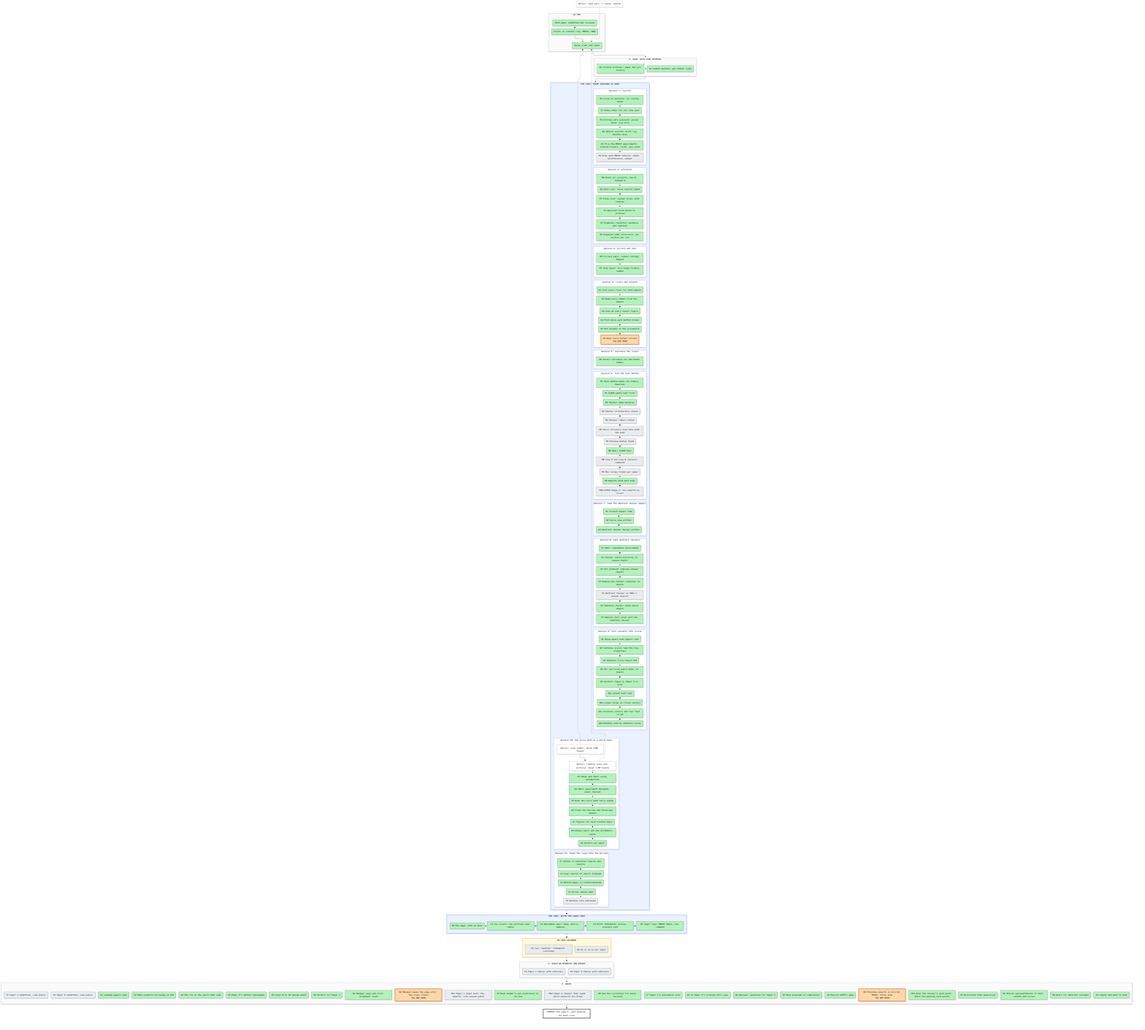
Before: artifacts/notes/progress/map.png, a diagram exported from Mermaid (mo-rsa24/concept-composition). Its source is kept beside it as artifacts/notes/progress/map.mmd.
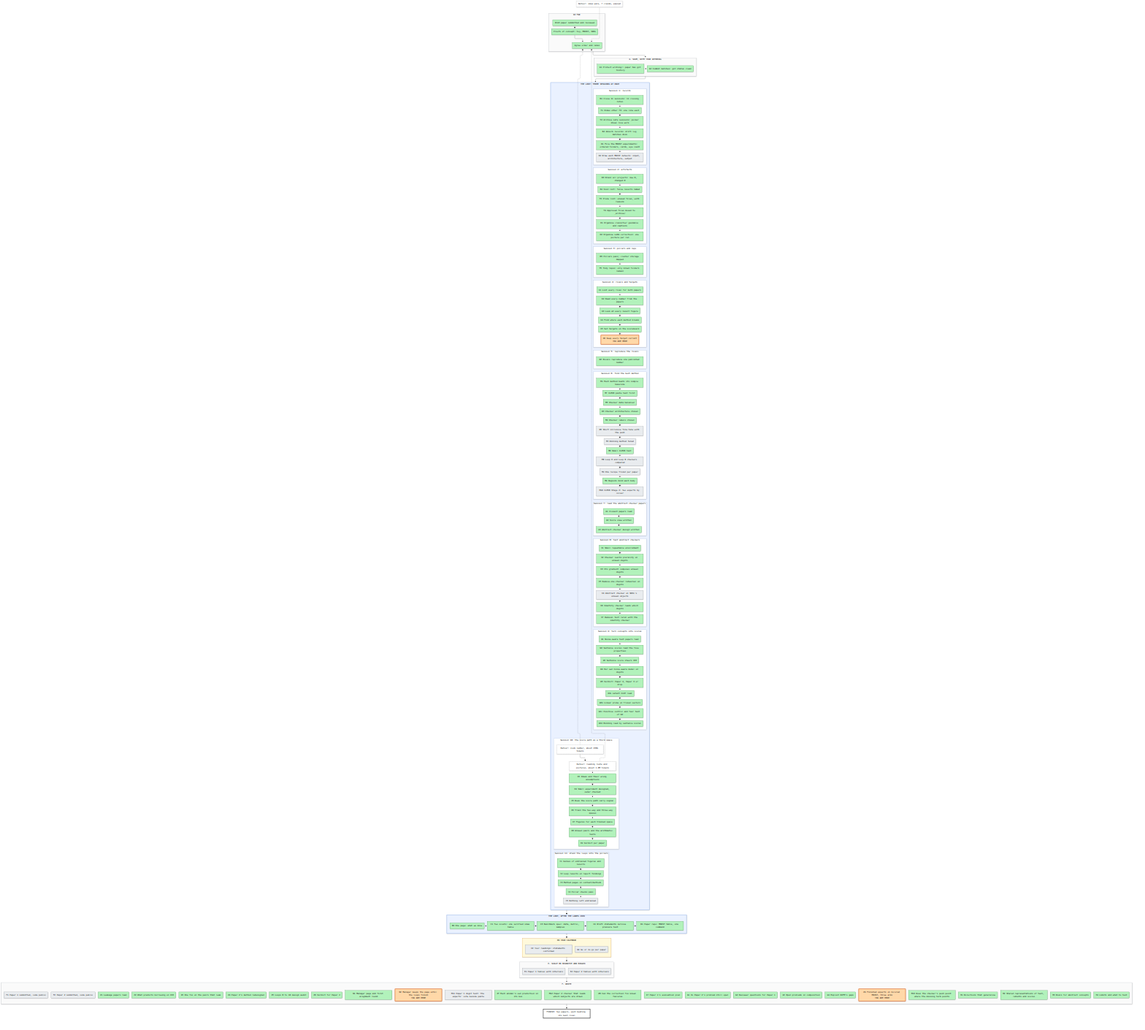
After the commit.

Commit message:
Question 111 A: the checker route for Paper 2 closes; M12, D3 and M2 closed as not run with the findings recorded

What changed in the source:
```diff
@@ -37,7 +37,7 @@
     end
     subgraph L6["Session 6: find the best method"]
       direction TB
-      M1["M1 Each method beats its simple baseline"]:::done --> M7["M7 CLEVR paste test first"]:::done --> M5["M5 Checker data balanced"]:::done --> D3["D3 Checker architecture chosen"]:::todo --> M2["M2 Checker labels chosen"]:::todo --> D5["D5 Short inclusive fine-tune with the push"]:::todo --> M3["M3 Winning method tuned"]:::todo --> M6["M6 Small CLEVR test"]:::done --> M8["M8 Loop 6 and Loop 8 checkers compared"]:::todo --> M4["M4 One recipe frozen per paper"]:::todo --> M9["M9 Regions bind each body"]:::done --> M10["M10 CLEVR Stage 2: two experts by colour"]:::todo
+      M1["M1 Each method beats its simple baseline"]:::done --> M7["M7 CLEVR paste test first"]:::done --> M5["M5 Checker data balanced"]:::done --> D3["D3 Checker architecture chosen"]:::done --> M2["M2 Checker labels chosen"]:::done --> D5["D5 Short inclusive fine-tune with the push"]:::todo --> M3["M3 Winning method tuned"]:::todo --> M6["M6 Small CLEVR test"]:::done --> M8["M8 Loop 6 and Loop 8 checkers compared"]:::todo --> M4["M4 One recipe frozen per paper"]:::todo --> M9["M9 Regions bind each body"]:::done --> M10["M10 CLEVR Stage 2: two experts by colour"]:::todo
     end
     subgraph L7["Session 7: read the abstract-checker papers"]
       direction TB
@@ -74,7 +74,7 @@
   end
   subgraph SF["F. WRITE"]
     direction LR
-    F1["F1 Paper 1 submitted, code public"]:::todo ~~~ F2["F2 Paper 2 submitted, code public"]:::todo ~~~ Z1["Z1 Leakage papers read"]:::done ~~~ Z2["Z2 What predicts borrowing on CO3"]:::done ~~~ Z3["Z3 One fix on the pairs that leak"]:::done ~~~ Z4["Z4 Paper 2's method redesigned"]:::done ~~~ Z5["Z5 Loops 8 to 10 design audit"]:::done ~~~ Z6["Z6 Verdict for Paper 2"]:::done ~~~ N1["N1 Manager page and first alignment round"]:::done ~~~ N2["N2 Manager keeps the page until the loops finish<br/>YOU ARE HERE"]:::doing ~~~ M11["M11 Paper 1 digit test: the experts' vote beside paste"]:::todo ~~~ Z7["Z7 Each animal's own prediction in its box"]:::done ~~~ M12["M12 Paper 2 checker that reads which subjects are drawn"]:::todo ~~~ Z8["Z8 Can the correction fix known failures"]:::done ~~~ K7["K7 Paper 1's evaluation plan"]:::done ~~~ G1["G1 Is Paper 2's problem still open"]:::done ~~~ G2["G2 Reviewer questions for Paper 1"]:::done ~~~ G3["G3 Open problems in composition"]:::done ~~~ G4["G4 Exploit DCFM's gaps"]:::done ~~~ Z9["Z9 Finished experts on Colored MNIST, three arms<br/>YOU ARE HERE"]:::doing ~~~ M13["M13 Does the checker's push point where the missing term points"]:::done ~~~ H1["H1 Directions that generalise"]:::done ~~~ H2["H2 Shared representations of text, latents and scores"]:::done ~~~ H3["H3 Dials for abstract concepts"]:::done ~~~ H4["H4 Limits and what to test"]:::done
+    F1["F1 Paper 1 submitted, code public"]:::todo ~~~ F2["F2 Paper 2 submitted, code public"]:::todo ~~~ Z1["Z1 Leakage papers read"]:::done ~~~ Z2["Z2 What predicts borrowing on CO3"]:::done ~~~ Z3["Z3 One fix on the pairs that leak"]:::done ~~~ Z4["Z4 Paper 2's method redesigned"]:::done ~~~ Z5["Z5 Loops 8 to 10 design audit"]:::done ~~~ Z6["Z6 Verdict for Paper 2"]:::done ~~~ N1["N1 Manager page and first alignment round"]:::done ~~~ N2["N2 Manager keeps the page until the loops finish<br/>YOU ARE HERE"]:::doing ~~~ M11["M11 Paper 1 digit test: the experts' vote beside paste"]:::todo ~~~ Z7["Z7 Each animal's own prediction in its box"]:::done ~~~ M12["M12 Paper 2 checker that reads which subjects are drawn"]:::done ~~~ Z8["Z8 Can the correction fix known failures"]:::done ~~~ K7["K7 Paper 1's evaluation plan"]:::done ~~~ G1["G1 Is Paper 2's problem still open"]:::done ~~~ G2["G2 Reviewer questions for Paper 1"]:::done ~~~ G3["G3 Open problems in composition"]:::done ~~~ G4["G4 Exploit DCFM's gaps"]:::done ~~~ Z9["Z9 Finished experts on Colored MNIST, three arms<br/>YOU ARE HERE"]:::doing ~~~ M13["M13 Does the checker's push point where the missing term points"]:::done ~~~ H1["H1 Directions that generalise"]:::done ~~~ H2["H2 Shared representations of text, latents and scores"]:::done ~~~ H3["H3 Dials for abstract concepts"]:::done ~~~ H4["H4 Limits and what to test"]:::done
   end
   GOAL["FINISH: two papers, each beating its best rival"]:::goal
   X0["Detour: idea walk, 7 claims, paused"]:::detour -.-> P2
```
